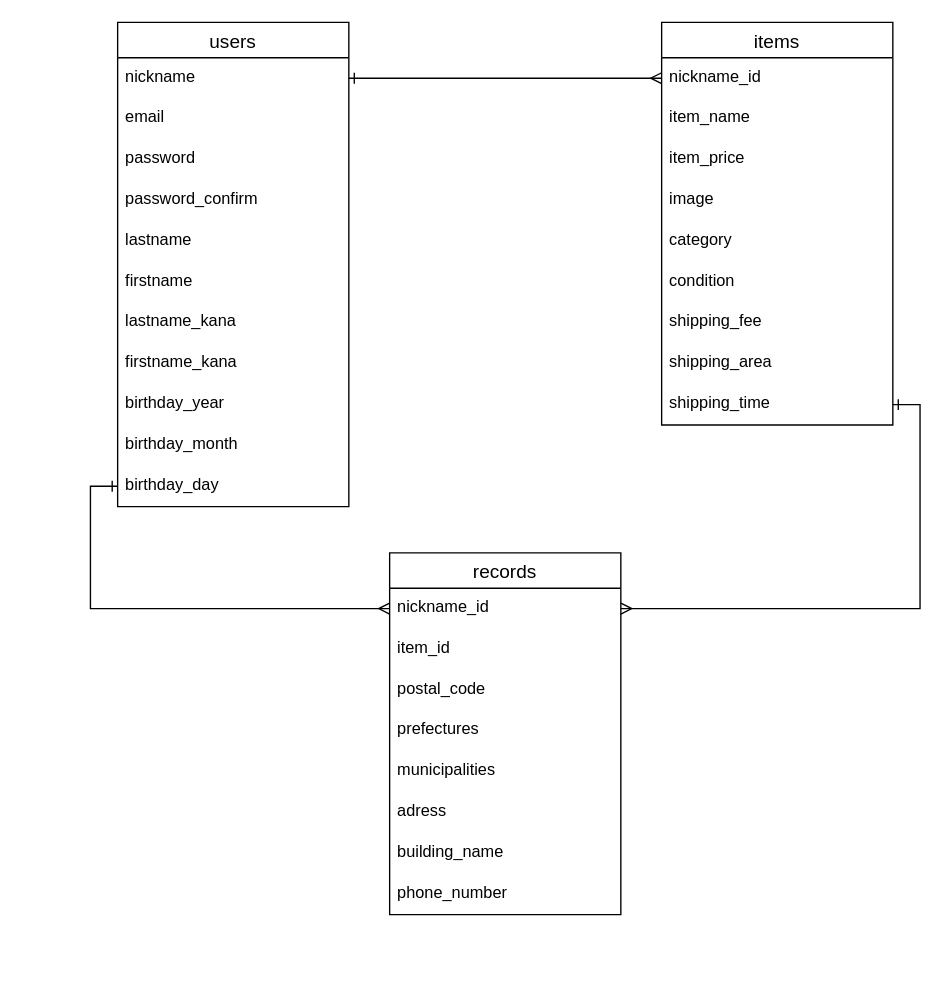
The draw.io diagram ER.dio in yuma4831/furima-32337, before the edit. Source tidied: cells renumbered, new cells numbered last; positions are measured from the earlier drawing's top-left corner, leaving out a move shared by most shapes. Both pictures are drawn from the tidied source at 136%, with x=0, y=0 at pixel (117, 22).
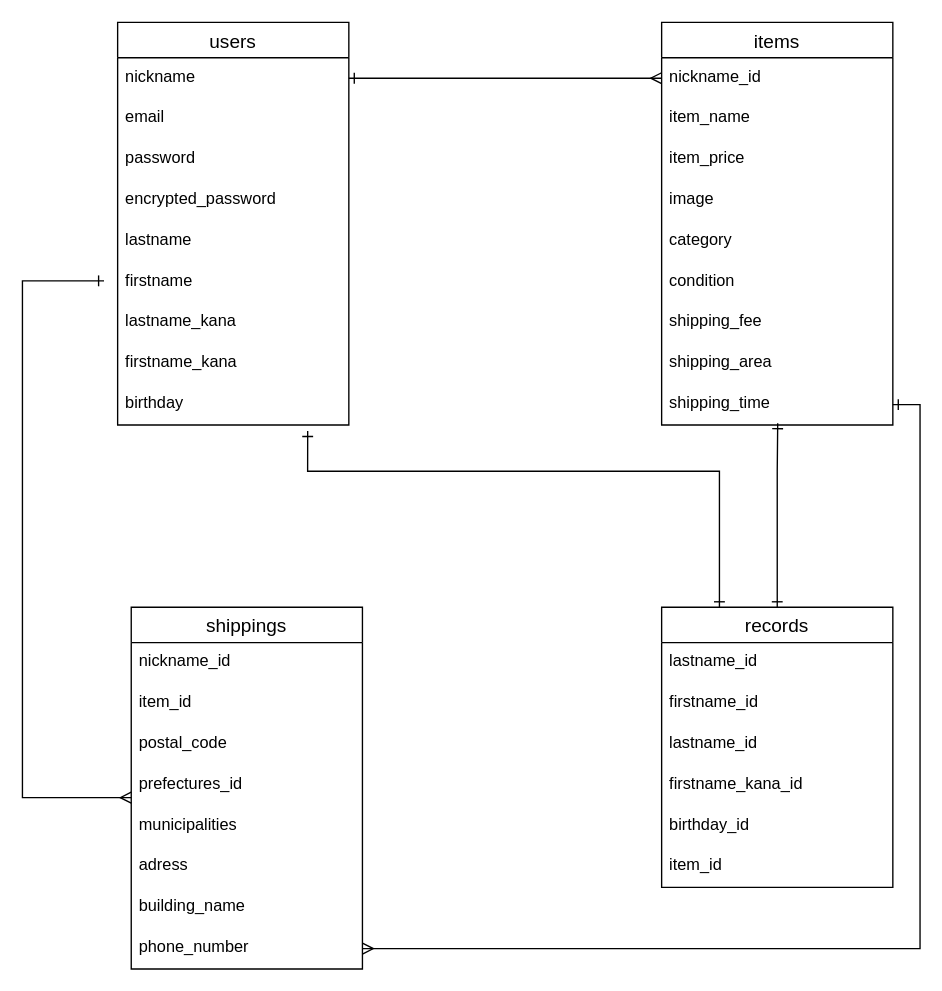
Above is the later version.

Commit message (it also covers changes not shown here):
型の修正とテーブル追加

The change refers to these unchanged cells:
```xml
<mxCell id="23" value="shipping_time" style="text;strokeColor=none;fillColor=none;spacingLeft=4;spacingRight=4;overflow=hidden;points=[[0,0.5],[1,0.5]];portConstraint=eastwest;fontSize=12;" parent="14" vertex="1">
  <mxGeometry y="266" width="170" height="30" as="geometry" />
</mxCell>
<mxCell id="25" value="nickname_id" style="text;strokeColor=none;fillColor=none;spacingLeft=4;spacingRight=4;overflow=hidden;points=[[0,0.5],[1,0.5]];portConstraint=eastwest;fontSize=12;" parent="24" vertex="1">
  <mxGeometry y="26" width="170" height="30" as="geometry" />
</mxCell>
<mxCell id="32" value="phone_number" style="text;strokeColor=none;fillColor=none;spacingLeft=4;spacingRight=4;overflow=hidden;points=[[0,0.5],[1,0.5]];portConstraint=eastwest;fontSize=12;" parent="24" vertex="1">
  <mxGeometry y="236" width="170" height="30" as="geometry" />
</mxCell>
```

What changed in the source:
```diff
@@
     <mxCell id="2" value="users" style="swimlane;fontStyle=0;horizontal=1;startSize=26;align=center;fontSize=14;" parent="1" vertex="1">
-      <mxGeometry width="170" height="356" as="geometry" />
+      <mxGeometry width="170" height="296" as="geometry" />
     </mxCell>
@@
-    <mxCell id="6" value="password_confirm" style="text;strokeColor=none;fillColor=none;spacingLeft=4;spacingRight=4;overflow=hidden;fontSize=12;" parent="2" vertex="1">
+    <mxCell id="6" value="encrypted_password" style="text;strokeColor=none;fillColor=none;spacingLeft=4;spacingRight=4;overflow=hidden;fontSize=12;" parent="2" vertex="1">
       <mxGeometry y="116" width="170" height="30" as="geometry" />
     </mxCell>
@@
-    <mxCell id="11" value="birthday_year" style="text;strokeColor=none;fillColor=none;spacingLeft=4;spacingRight=4;overflow=hidden;points=[[0,0.5],[1,0.5]];portConstraint=eastwest;fontSize=12;" parent="2" vertex="1">
+    <mxCell id="11" value="birthday" style="text;strokeColor=none;fillColor=none;spacingLeft=4;spacingRight=4;overflow=hidden;points=[[0,0.5],[1,0.5]];portConstraint=eastwest;fontSize=12;" parent="2" vertex="1">
       <mxGeometry y="266" width="170" height="30" as="geometry" />
     </mxCell>
-    <mxCell id="12" value="birthday_month" style="text;strokeColor=none;fillColor=none;spacingLeft=4;spacingRight=4;overflow=hidden;fontSize=12;" parent="2" vertex="1">
-      <mxGeometry y="296" width="170" height="30" as="geometry" />
-    </mxCell>
-    <mxCell id="13" value="birthday_day" style="text;strokeColor=none;fillColor=none;spacingLeft=4;spacingRight=4;overflow=hidden;points=[[0,0.5],[1,0.5]];portConstraint=eastwest;fontSize=12;" parent="2" vertex="1">
-      <mxGeometry y="326" width="170" height="30" as="geometry" />
-    </mxCell>
@@
-    <mxCell id="24" value="records" style="swimlane;fontStyle=0;horizontal=1;startSize=26;align=center;fontSize=14;" parent="1" vertex="1">
-      <mxGeometry x="200" y="390" width="170" height="266" as="geometry" />
+    <mxCell id="24" value="shippings" style="swimlane;fontStyle=0;horizontal=1;startSize=26;align=center;fontSize=14;" parent="1" vertex="1">
+      <mxGeometry x="10" y="430" width="170" height="266" as="geometry" />
     </mxCell>
@@
-    <mxCell id="28" value="prefectures" style="text;strokeColor=none;fillColor=none;spacingLeft=4;spacingRight=4;overflow=hidden;fontSize=12;" parent="24" vertex="1">
+    <mxCell id="28" value="prefectures_id" style="text;strokeColor=none;fillColor=none;spacingLeft=4;spacingRight=4;overflow=hidden;fontSize=12;" parent="24" vertex="1">
       <mxGeometry y="116" width="170" height="30" as="geometry" />
     </mxCell>
@@
-    <mxCell id="34" style="edgeStyle=orthogonalEdgeStyle;rounded=0;jettySize=auto;html=1;exitX=1;exitY=0.5;exitDx=0;exitDy=0;startArrow=ERone;startFill=0;endArrow=ERmany;endFill=0;" parent="1" edge="1" source="23" target="25">
-      <mxGeometry relative="1" as="geometry" />
+    <mxCell id="34" style="edgeStyle=orthogonalEdgeStyle;rounded=0;jettySize=auto;html=1;exitX=1;exitY=0.5;exitDx=0;exitDy=0;startArrow=ERone;startFill=0;endArrow=ERmany;endFill=0;entryX=1;entryY=0.5;entryDx=0;entryDy=0;" parent="1" edge="1" source="23" target="32">
+      <mxGeometry relative="1" as="geometry">
+        <Array as="points">
+          <mxPoint x="590" y="281" />
+          <mxPoint x="590" y="681" />
+        </Array>
+      </mxGeometry>
     </mxCell>
-    <mxCell id="35" style="edgeStyle=orthogonalEdgeStyle;rounded=0;jettySize=auto;html=1;exitX=0;exitY=0.5;exitDx=0;exitDy=0;entryX=0;entryY=0.5;entryDx=0;entryDy=0;startArrow=ERone;startFill=0;endArrow=ERmany;endFill=0;" parent="1" edge="1" source="13" target="25">
-      <mxGeometry relative="1" as="geometry" />
+    <mxCell id="35" style="edgeStyle=orthogonalEdgeStyle;rounded=0;orthogonalLoop=1;jettySize=auto;html=1;startArrow=ERone;startFill=0;endArrow=ERmany;endFill=0;" parent="1" edge="1">
+      <mxGeometry relative="1" as="geometry">
+        <mxPoint x="-10" y="190" as="sourcePoint" />
+        <mxPoint x="10" y="570" as="targetPoint" />
+        <Array as="points">
+          <mxPoint x="-70" y="190" />
+          <mxPoint x="-70" y="570" />
+          <mxPoint x="10" y="570" />
+        </Array>
+      </mxGeometry>
     </mxCell>
+    <mxCell id="36" style="edgeStyle=orthogonalEdgeStyle;rounded=0;jettySize=auto;html=1;exitX=0.5;exitY=0;exitDx=0;exitDy=0;entryX=0.502;entryY=0.957;entryDx=0;entryDy=0;entryPerimeter=0;startArrow=ERone;startFill=0;endArrow=ERone;endFill=0;" parent="1" edge="1" source="38" target="23">
+      <mxGeometry relative="1" as="geometry">
+        <Array as="points">
+          <mxPoint x="485" y="330" />
+          <mxPoint x="485" y="330" />
+        </Array>
+      </mxGeometry>
+    </mxCell>
+    <mxCell id="37" style="edgeStyle=orthogonalEdgeStyle;rounded=0;jettySize=auto;html=1;exitX=0.25;exitY=0;exitDx=0;exitDy=0;entryX=0.822;entryY=1.148;entryDx=0;entryDy=0;startArrow=ERone;startFill=0;endArrow=ERone;endFill=0;entryPerimeter=0;" parent="1" edge="1" source="38" target="11">
+      <mxGeometry relative="1" as="geometry">
+        <Array as="points">
+          <mxPoint x="442" y="330" />
+          <mxPoint x="140" y="330" />
+        </Array>
+      </mxGeometry>
+    </mxCell>
+    <mxCell id="38" value="records" style="swimlane;fontStyle=0;horizontal=1;startSize=26;align=center;fontSize=14;" parent="1" vertex="1">
+      <mxGeometry x="400" y="430" width="170" height="206" as="geometry" />
+    </mxCell>
+    <mxCell id="39" value="lastname_id" style="text;strokeColor=none;fillColor=none;spacingLeft=4;spacingRight=4;overflow=hidden;fontSize=12;" parent="38" vertex="1">
+      <mxGeometry y="26" width="170" height="30" as="geometry" />
+    </mxCell>
+    <mxCell id="40" value="firstname_id" style="text;strokeColor=none;fillColor=none;spacingLeft=4;spacingRight=4;overflow=hidden;fontSize=12;" parent="38" vertex="1">
+      <mxGeometry y="56" width="170" height="30" as="geometry" />
+    </mxCell>
+    <mxCell id="41" value="lastname_id" style="text;strokeColor=none;fillColor=none;spacingLeft=4;spacingRight=4;overflow=hidden;fontSize=12;" parent="38" vertex="1">
+      <mxGeometry y="86" width="170" height="30" as="geometry" />
+    </mxCell>
+    <mxCell id="42" value="firstname_kana_id" style="text;strokeColor=none;fillColor=none;spacingLeft=4;spacingRight=4;overflow=hidden;fontSize=12;" parent="38" vertex="1">
+      <mxGeometry y="116" width="170" height="30" as="geometry" />
+    </mxCell>
+    <mxCell id="43" value="birthday_id" style="text;strokeColor=none;fillColor=none;spacingLeft=4;spacingRight=4;overflow=hidden;fontSize=12;" parent="38" vertex="1">
+      <mxGeometry y="146" width="170" height="30" as="geometry" />
+    </mxCell>
+    <mxCell id="44" value="item_id" style="text;strokeColor=none;fillColor=none;spacingLeft=4;spacingRight=4;overflow=hidden;fontSize=12;" parent="38" vertex="1">
+      <mxGeometry y="176" width="170" height="30" as="geometry" />
+    </mxCell>
```
